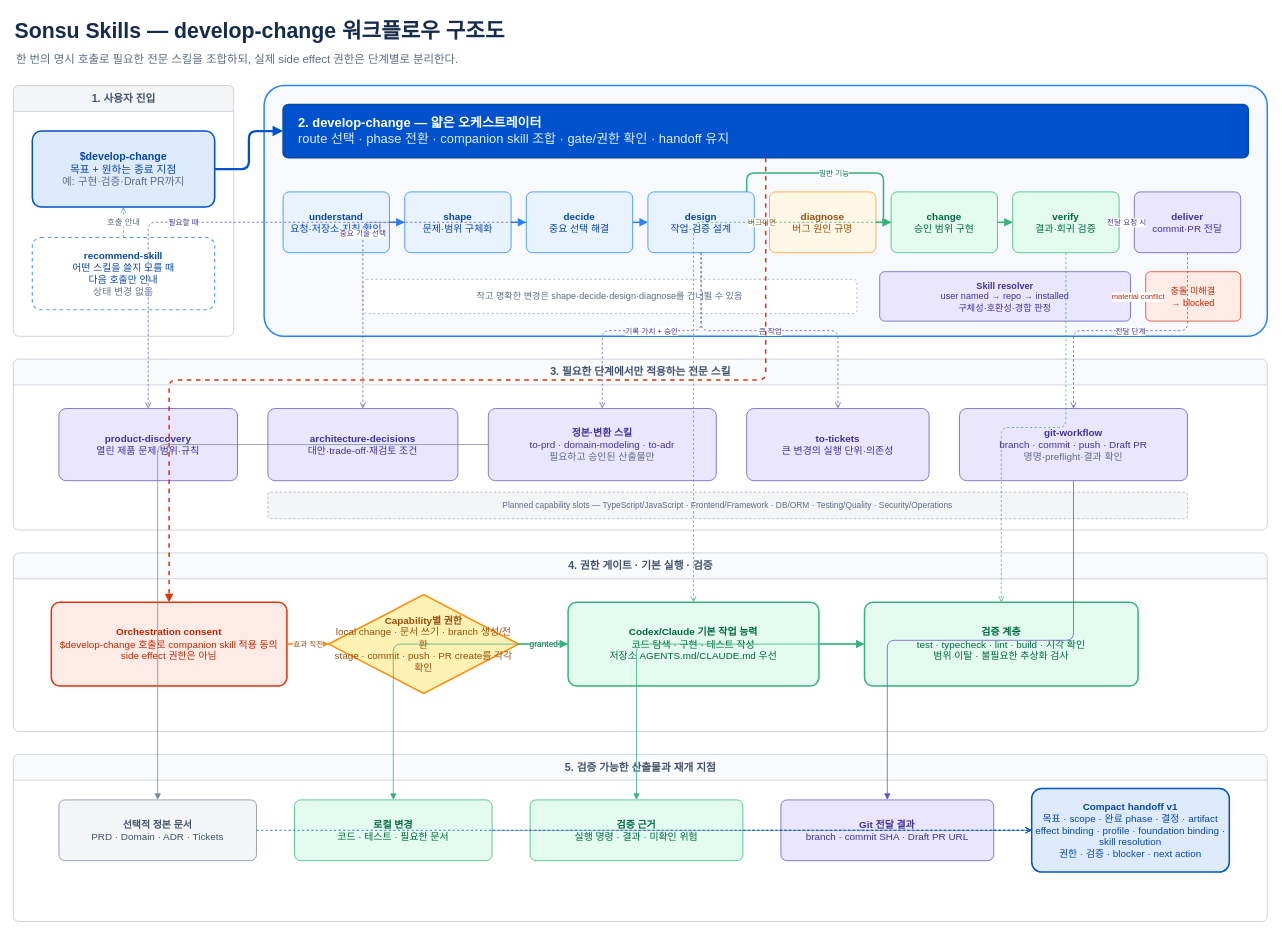
Above: docs/design/develop-change-workflow.drawio in sonsu-lee/skills (draw.io), before the change. Source tidied: cells renumbered, new cells numbered last; positions are measured from the earlier drawing's top-left corner, leaving out a move shared by most shapes. Both pictures are drawn from the tidied source at 76%, with x=0, y=0 at pixel (13, 13).
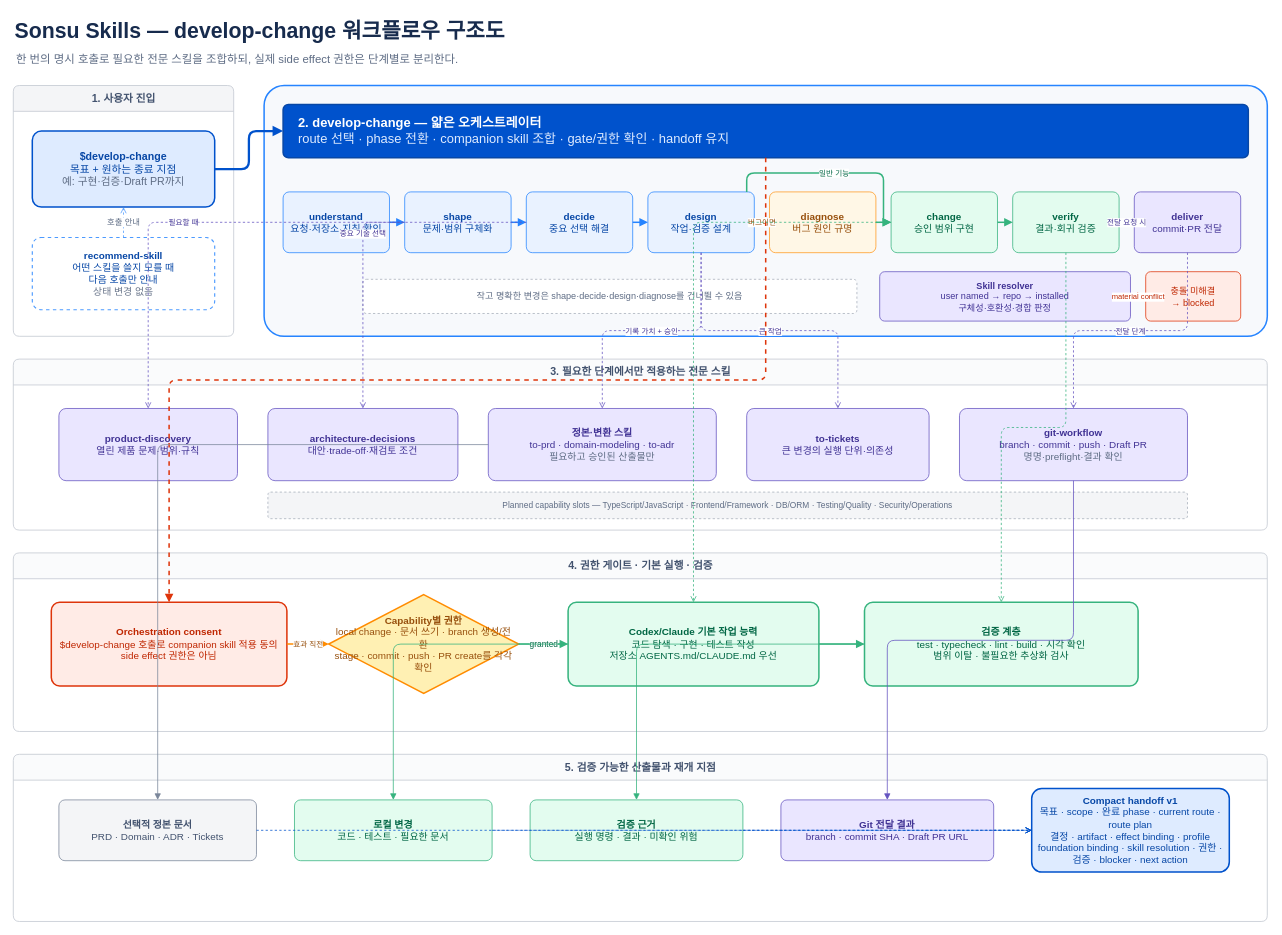
The same page after the edit.

Commit message (it also covers changes not shown here):
fix(develop-change): preserve current execution state

What changed in the source:
```diff
@@
-    <mxCell id="37" value="&lt;b&gt;Compact handoff v1&lt;/b&gt;&lt;br&gt;목표 · scope · 완료 phase · 결정 · artifact&lt;br&gt;effect binding · profile · foundation binding · skill resolution&lt;br&gt;권한 · 검증 · blocker · next action" style="rounded=1;whiteSpace=wrap;html=1;arcSize=12;fillColor=#DEEBFF;strokeColor=#0052CC;strokeWidth=2;fontColor=#0747A6;fontSize=13;align=center;verticalAlign=middle;" parent="1" vertex="1">
+    <mxCell id="37" value="&lt;b&gt;Compact handoff v1&lt;/b&gt;&lt;br&gt;목표 · scope · 완료 phase · current route · route plan&lt;br&gt;결정 · artifact · effect binding · profile&lt;br&gt;foundation binding · skill resolution · 권한 · 검증 · blocker · next action" style="rounded=1;whiteSpace=wrap;html=1;arcSize=12;fillColor=#DEEBFF;strokeColor=#0052CC;strokeWidth=2;fontColor=#0747A6;fontSize=13;align=center;verticalAlign=middle;" parent="1" vertex="1">
       <mxGeometry x="1340" y="1020" width="260" height="110" as="geometry" />
     </mxCell>
```
